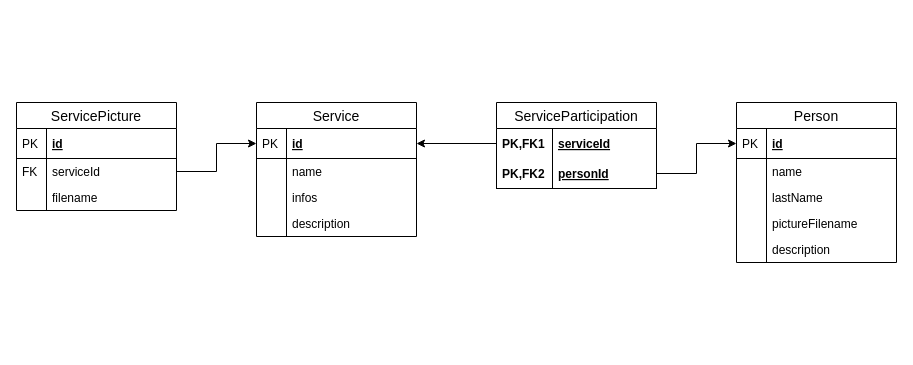
This is DesignDocument/diagrams/RelationalTables.drawio from Alenichel/CodiglioniDellOglioNichelini-HypermediaProject, a draw.io file, before an edit. Source tidied: cells renumbered, new cells numbered last; positions are measured from the earlier drawing's top-left corner, leaving out a move shared by most shapes. Both pictures are drawn from the tidied source at 100%, with x=0, y=0 at pixel (16, 102).
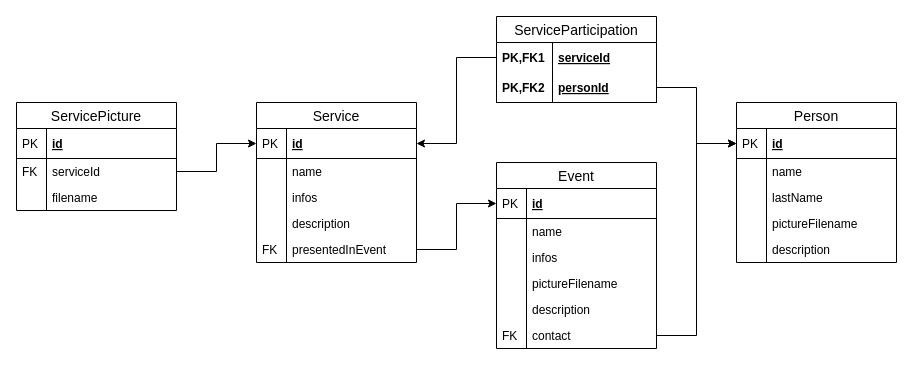
The same diagram, later.

The change refers to these unchanged cells:
```xml
<mxCell id="26" value="id" style="shape=partialRectangle;top=0;left=0;right=0;bottom=1;align=left;verticalAlign=middle;fillColor=none;spacingLeft=34;spacingRight=4;overflow=hidden;points=[[0,0.5],[1,0.5]];portConstraint=eastwest;fontStyle=5;fontSize=12;" parent="25" vertex="1">
  <mxGeometry y="26" width="160" height="30" as="geometry" />
</mxCell>
```

The edit, as a diff of the source:
```diff
@@
     <mxCell id="4" value="Service" style="swimlane;fontStyle=0;horizontal=1;startSize=26;align=center;fontSize=14;" parent="1" vertex="1">
-      <mxGeometry x="240" width="160" height="134" as="geometry" />
+      <mxGeometry x="240" width="160" height="160" as="geometry" />
     </mxCell>
@@
+    <mxCell id="37" value="description" style="shape=partialRectangle;top=0;left=0;right=0;bottom=0;align=left;verticalAlign=top;fillColor=none;spacingLeft=34;spacingRight=4;overflow=hidden;fontSize=12;" parent="4" vertex="1">
+      <mxGeometry y="108" width="160" height="26" as="geometry" />
+    </mxCell>
+    <mxCell id="38" style="shape=partialRectangle;top=0;left=0;bottom=0;fillColor=none;align=left;verticalAlign=top;spacingLeft=4;spacingRight=4;overflow=hidden;fontSize=12;" parent="37" vertex="1">
+      <mxGeometry width="30" height="26" as="geometry" />
+    </mxCell>
-    <mxCell id="11" value="description" style="shape=partialRectangle;top=0;left=0;right=0;bottom=0;align=left;verticalAlign=top;fillColor=none;spacingLeft=34;spacingRight=4;overflow=hidden;points=[[0,0.5],[1,0.5]];portConstraint=eastwest;fontSize=12;" parent="4" vertex="1">
-      <mxGeometry y="108" width="160" height="26" as="geometry" />
+    <mxCell id="11" value="presentedInEvent" style="shape=partialRectangle;top=0;left=0;right=0;bottom=0;align=left;verticalAlign=top;fillColor=none;spacingLeft=34;spacingRight=4;overflow=hidden;points=[[0,0.5],[1,0.5]];portConstraint=eastwest;fontSize=12;" parent="4" vertex="1">
+      <mxGeometry y="134" width="160" height="26" as="geometry" />
     </mxCell>
-    <mxCell id="12" style="shape=partialRectangle;top=0;left=0;bottom=0;fillColor=none;align=left;verticalAlign=top;spacingLeft=4;spacingRight=4;overflow=hidden;fontSize=12;" parent="11" vertex="1">
+    <mxCell id="12" value="FK" style="shape=partialRectangle;top=0;left=0;bottom=0;fillColor=none;align=left;verticalAlign=top;spacingLeft=4;spacingRight=4;overflow=hidden;fontSize=12;" parent="11" vertex="1">
       <mxGeometry width="30" height="26" as="geometry" />
     </mxCell>
@@
-    <mxCell id="20" value="ServiceParticipation" style="swimlane;fontStyle=0;horizontal=1;startSize=26;align=center;fontSize=14;" parent="1" vertex="1">
-      <mxGeometry x="480" width="160" height="86" as="geometry" />
-    </mxCell>
-    <mxCell id="21" value="serviceId" style="shape=partialRectangle;top=0;left=0;right=0;bottom=0;align=left;verticalAlign=middle;fillColor=none;spacingLeft=60;spacingRight=4;overflow=hidden;points=[[0,0.5],[1,0.5]];portConstraint=eastwest;fontStyle=5;fontSize=12;" parent="20" vertex="1">
-      <mxGeometry y="26" width="160" height="30" as="geometry" />
-    </mxCell>
-    <mxCell id="22" value="PK,FK1" style="shape=partialRectangle;fontStyle=1;top=0;left=0;bottom=0;fillColor=none;align=left;verticalAlign=middle;spacingLeft=4;spacingRight=4;overflow=hidden;fontSize=12;" parent="21" vertex="1">
-      <mxGeometry width="56" height="30" as="geometry" />
-    </mxCell>
-    <mxCell id="23" value="personId" style="shape=partialRectangle;top=0;left=0;right=0;bottom=1;align=left;verticalAlign=middle;fillColor=none;spacingLeft=60;spacingRight=4;overflow=hidden;points=[[0,0.5],[1,0.5]];portConstraint=eastwest;fontStyle=5;fontSize=12;" parent="20" vertex="1">
-      <mxGeometry y="56" width="160" height="30" as="geometry" />
-    </mxCell>
-    <mxCell id="24" value="PK,FK2" style="shape=partialRectangle;fontStyle=1;top=0;left=0;bottom=0;fillColor=none;align=left;verticalAlign=middle;spacingLeft=4;spacingRight=4;overflow=hidden;fontSize=12;" parent="23" vertex="1">
-      <mxGeometry width="56" height="30" as="geometry" />
-    </mxCell>
@@
+    <mxCell id="39" style="edgeStyle=orthogonalEdgeStyle;rounded=0;jettySize=auto;html=1;exitX=1;exitY=0.5;exitDx=0;exitDy=0;entryX=0;entryY=0.5;entryDx=0;entryDy=0;" parent="1" edge="1" source="11" target="42">
+      <mxGeometry relative="1" as="geometry" />
+    </mxCell>
+    <mxCell id="40" style="edgeStyle=orthogonalEdgeStyle;rounded=0;jettySize=auto;html=1;exitX=1;exitY=0.5;exitDx=0;exitDy=0;entryX=0;entryY=0.5;entryDx=0;entryDy=0;" parent="1" edge="1" source="52" target="26">
+      <mxGeometry relative="1" as="geometry">
+        <Array as="points">
+          <mxPoint x="680" y="233" />
+          <mxPoint x="680" y="41" />
+        </Array>
+      </mxGeometry>
+    </mxCell>
+    <mxCell id="20" value="ServiceParticipation" style="swimlane;fontStyle=0;horizontal=1;startSize=26;align=center;fontSize=14;" parent="1" vertex="1">
+      <mxGeometry x="480" y="-86" width="160" height="86" as="geometry" />
+    </mxCell>
+    <mxCell id="21" value="serviceId" style="shape=partialRectangle;top=0;left=0;right=0;bottom=0;align=left;verticalAlign=middle;fillColor=none;spacingLeft=60;spacingRight=4;overflow=hidden;points=[[0,0.5],[1,0.5]];portConstraint=eastwest;fontStyle=5;fontSize=12;" parent="20" vertex="1">
+      <mxGeometry y="26" width="160" height="30" as="geometry" />
+    </mxCell>
+    <mxCell id="22" value="PK,FK1" style="shape=partialRectangle;fontStyle=1;top=0;left=0;bottom=0;fillColor=none;align=left;verticalAlign=middle;spacingLeft=4;spacingRight=4;overflow=hidden;fontSize=12;" parent="21" vertex="1">
+      <mxGeometry width="56" height="30" as="geometry" />
+    </mxCell>
+    <mxCell id="23" value="personId" style="shape=partialRectangle;top=0;left=0;right=0;bottom=1;align=left;verticalAlign=middle;fillColor=none;spacingLeft=60;spacingRight=4;overflow=hidden;points=[[0,0.5],[1,0.5]];portConstraint=eastwest;fontStyle=5;fontSize=12;" parent="20" vertex="1">
+      <mxGeometry y="56" width="160" height="30" as="geometry" />
+    </mxCell>
+    <mxCell id="24" value="PK,FK2" style="shape=partialRectangle;fontStyle=1;top=0;left=0;bottom=0;fillColor=none;align=left;verticalAlign=middle;spacingLeft=4;spacingRight=4;overflow=hidden;fontSize=12;" parent="23" vertex="1">
+      <mxGeometry width="56" height="30" as="geometry" />
+    </mxCell>
+    <mxCell id="41" value="Event" style="swimlane;fontStyle=0;horizontal=1;startSize=26;align=center;fontSize=14;" parent="1" vertex="1">
+      <mxGeometry x="480" y="60" width="160" height="186" as="geometry" />
+    </mxCell>
+    <mxCell id="42" value="id" style="shape=partialRectangle;top=0;left=0;right=0;bottom=1;align=left;verticalAlign=middle;fillColor=none;spacingLeft=34;spacingRight=4;overflow=hidden;points=[[0,0.5],[1,0.5]];portConstraint=eastwest;fontStyle=5;fontSize=12;" parent="41" vertex="1">
+      <mxGeometry y="26" width="160" height="30" as="geometry" />
+    </mxCell>
+    <mxCell id="43" value="PK" style="shape=partialRectangle;top=0;left=0;bottom=0;fillColor=none;align=left;verticalAlign=middle;spacingLeft=4;spacingRight=4;overflow=hidden;fontSize=12;" parent="42" vertex="1">
+      <mxGeometry width="30" height="30" as="geometry" />
+    </mxCell>
+    <mxCell id="44" value="name" style="shape=partialRectangle;top=0;left=0;right=0;bottom=0;align=left;verticalAlign=top;fillColor=none;spacingLeft=34;spacingRight=4;overflow=hidden;fontSize=12;" parent="41" vertex="1">
+      <mxGeometry y="56" width="160" height="26" as="geometry" />
+    </mxCell>
+    <mxCell id="45" style="shape=partialRectangle;top=0;left=0;bottom=0;fillColor=none;align=left;verticalAlign=top;spacingLeft=4;spacingRight=4;overflow=hidden;fontSize=12;" parent="44" vertex="1">
+      <mxGeometry width="30" height="26" as="geometry" />
+    </mxCell>
+    <mxCell id="46" value="infos" style="shape=partialRectangle;top=0;left=0;right=0;bottom=0;align=left;verticalAlign=top;fillColor=none;spacingLeft=34;spacingRight=4;overflow=hidden;fontSize=12;" parent="41" vertex="1">
+      <mxGeometry y="82" width="160" height="26" as="geometry" />
+    </mxCell>
+    <mxCell id="47" style="shape=partialRectangle;top=0;left=0;bottom=0;fillColor=none;align=left;verticalAlign=top;spacingLeft=4;spacingRight=4;overflow=hidden;fontSize=12;" parent="46" vertex="1">
+      <mxGeometry width="30" height="26" as="geometry" />
+    </mxCell>
+    <mxCell id="48" value="pictureFilename" style="shape=partialRectangle;top=0;left=0;right=0;bottom=0;align=left;verticalAlign=top;fillColor=none;spacingLeft=34;spacingRight=4;overflow=hidden;fontSize=12;" parent="41" vertex="1">
+      <mxGeometry y="108" width="160" height="26" as="geometry" />
+    </mxCell>
+    <mxCell id="49" style="shape=partialRectangle;top=0;left=0;bottom=0;fillColor=none;align=left;verticalAlign=top;spacingLeft=4;spacingRight=4;overflow=hidden;fontSize=12;" parent="48" vertex="1">
+      <mxGeometry width="30" height="26" as="geometry" />
+    </mxCell>
+    <mxCell id="50" value="description" style="shape=partialRectangle;top=0;left=0;right=0;bottom=0;align=left;verticalAlign=top;fillColor=none;spacingLeft=34;spacingRight=4;overflow=hidden;fontSize=12;" parent="41" vertex="1">
+      <mxGeometry y="134" width="160" height="26" as="geometry" />
+    </mxCell>
+    <mxCell id="51" style="shape=partialRectangle;top=0;left=0;bottom=0;fillColor=none;align=left;verticalAlign=top;spacingLeft=4;spacingRight=4;overflow=hidden;fontSize=12;" parent="50" vertex="1">
+      <mxGeometry width="30" height="26" as="geometry" />
+    </mxCell>
+    <mxCell id="52" value="contact" style="shape=partialRectangle;top=0;left=0;right=0;bottom=0;align=left;verticalAlign=top;fillColor=none;spacingLeft=34;spacingRight=4;overflow=hidden;points=[[0,0.5],[1,0.5]];portConstraint=eastwest;fontSize=12;" parent="41" vertex="1">
+      <mxGeometry y="160" width="160" height="26" as="geometry" />
+    </mxCell>
+    <mxCell id="53" value="FK" style="shape=partialRectangle;top=0;left=0;bottom=0;fillColor=none;align=left;verticalAlign=top;spacingLeft=4;spacingRight=4;overflow=hidden;fontSize=12;" parent="52" vertex="1">
+      <mxGeometry width="30" height="26" as="geometry" />
+    </mxCell>
```
